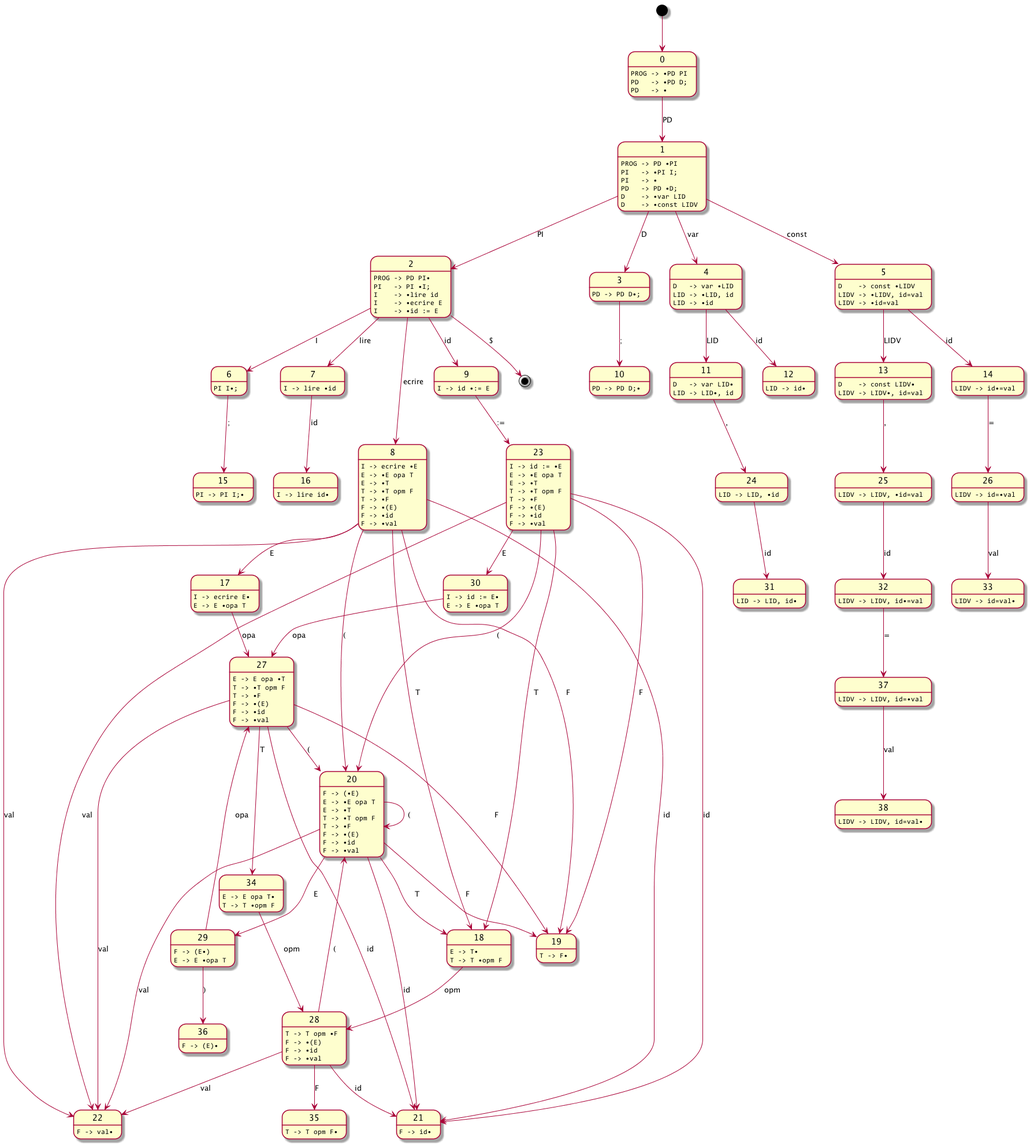
This is automate.png from H4112/GrammairesLangages, a PlantUML export, as it was before one commit.
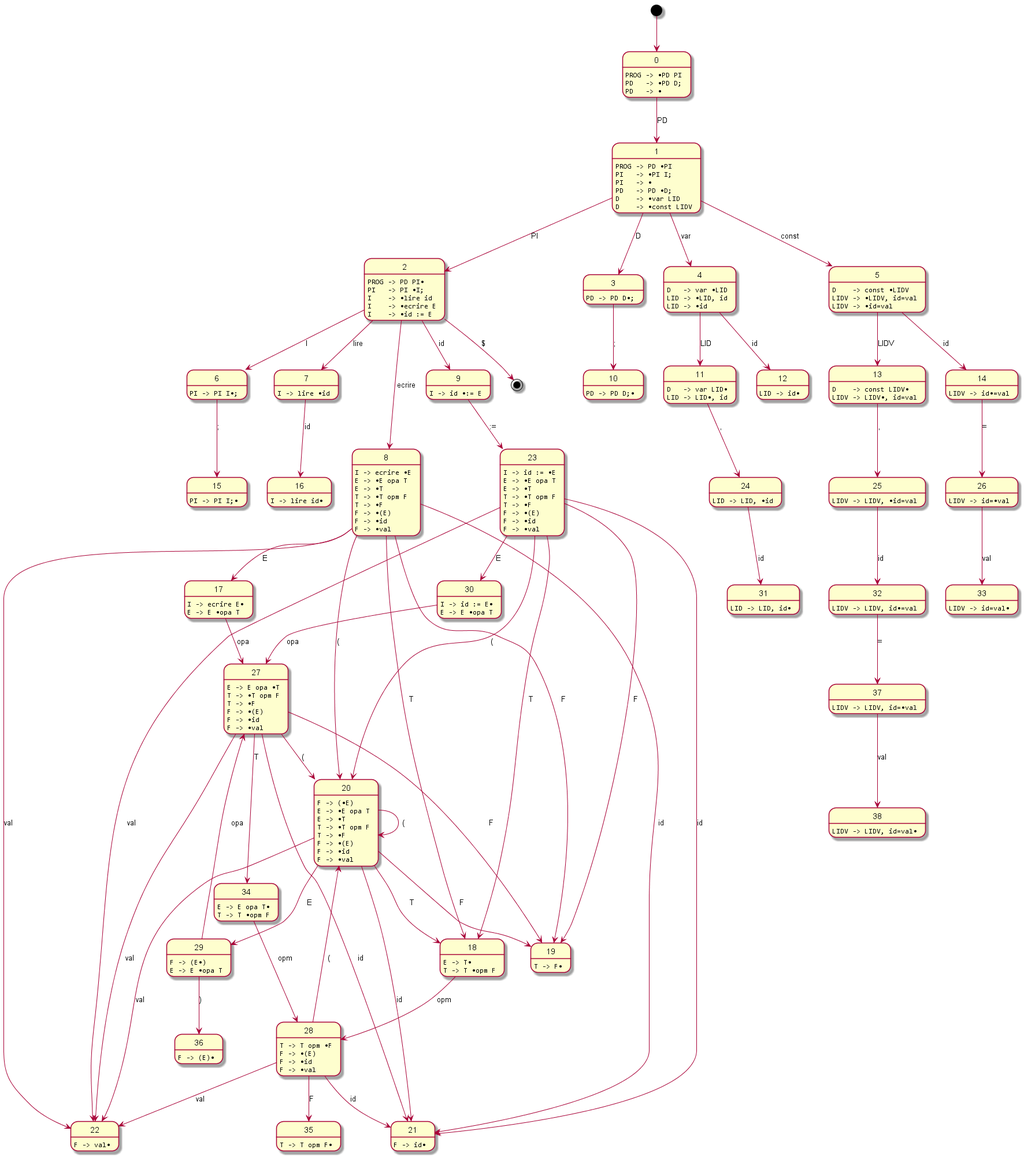
After the change.

Commit message:
Diagramme d'état : il manquait la partie gauche d'une règle

Diff of the diagram source:
```diff
@@ -31,7 +31,7 @@
 5 : LIDV -> ?LIDV, id=val
 5 : LIDV -> ?id=val
 
-6 : PI I?;
+6 : PI -> PI I?;
 
 7 : I -> lire ?id
 
```
